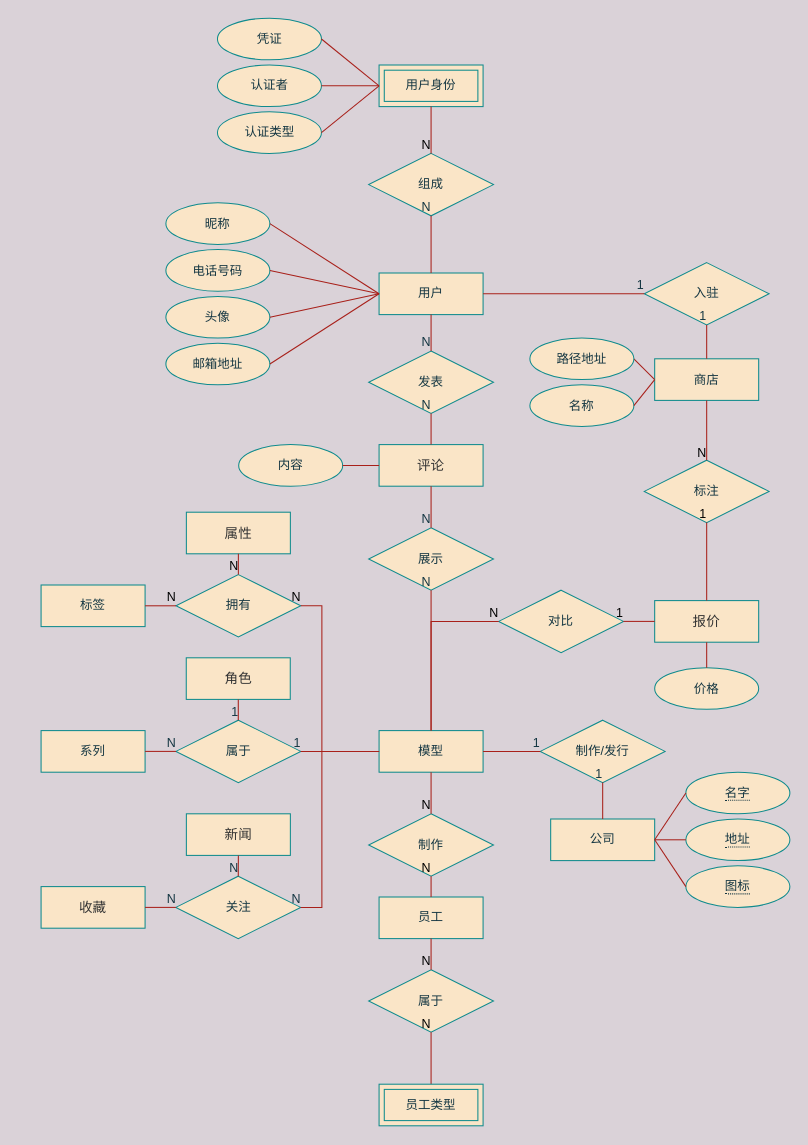
Above: Docs/FigureDB-ERDiagramSimple.drawio in Lem0nCD/FigureDB (draw.io), before the change. Source tidied: cells renumbered, new cells numbered last; positions are measured from the earlier drawing's top-left corner, leaving out a move shared by most shapes. Both pictures are drawn from the tidied source at 104%, with x=0, y=0 at pixel (41, 18).
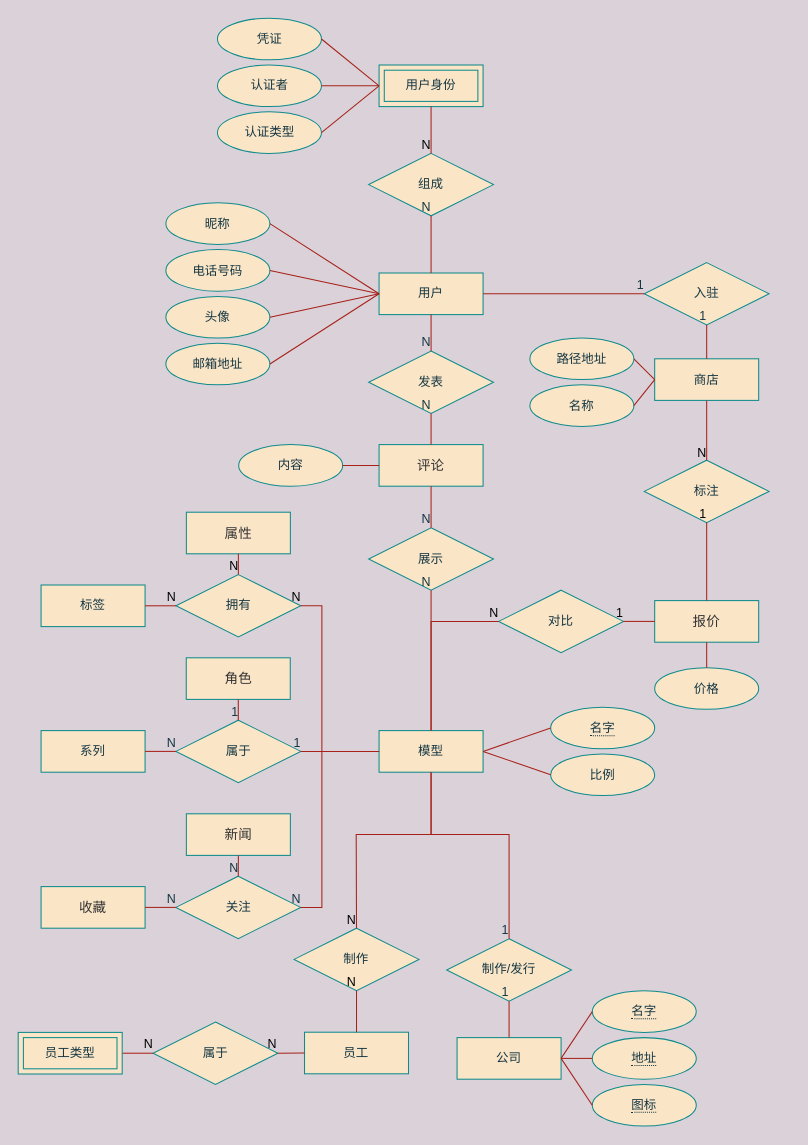
The same diagram, later.

The change refers to these unchanged cells:
```xml
<mxCell id="3" value="模型" style="whiteSpace=wrap;html=1;align=center;fillColor=#FAE5C7;strokeColor=#0F8B8D;fontColor=#143642;" parent="1" vertex="1">
  <mxGeometry x="325" y="685" width="100" height="40" as="geometry" />
</mxCell>
```

What changed in the source:
```diff
@@
     <mxCell id="5" value="公司" style="whiteSpace=wrap;html=1;align=center;glass=0;fillColor=#FAE5C7;strokeColor=#0F8B8D;fontColor=#143642;" parent="1" vertex="1">
-      <mxGeometry x="490" y="770" width="100" height="40" as="geometry" />
+      <mxGeometry x="400" y="980.2" width="100" height="40" as="geometry" />
     </mxCell>
     <mxCell id="6" value="员工" style="whiteSpace=wrap;html=1;align=center;fillColor=#FAE5C7;strokeColor=#0F8B8D;fontColor=#143642;" parent="1" vertex="1">
-      <mxGeometry x="325" y="845" width="100" height="40" as="geometry" />
+      <mxGeometry x="253.3" y="975" width="100" height="40" as="geometry" />
     </mxCell>
@@
     <mxCell id="31" value="制作/发行" style="shape=rhombus;perimeter=rhombusPerimeter;whiteSpace=wrap;html=1;align=center;glass=0;fillColor=#FAE5C7;strokeColor=#0F8B8D;fontColor=#143642;" parent="1" vertex="1">
-      <mxGeometry x="480" y="675" width="120" height="60" as="geometry" />
+      <mxGeometry x="390" y="885.2" width="120" height="60" as="geometry" />
     </mxCell>
-    <mxCell id="32" style="endArrow=none;html=1;rounded=0;exitX=1;exitY=0.5;exitDx=0;exitDy=0;entryX=0;entryY=0.5;entryDx=0;entryDy=0;labelBackgroundColor=#DAD2D8;strokeColor=#A8201A;fontColor=#143642;" parent="1" edge="1" source="3" target="31">
-      <mxGeometry relative="1" as="geometry" />
+    <mxCell id="32" style="endArrow=none;html=1;rounded=0;exitX=0.5;exitY=1;exitDx=0;exitDy=0;entryX=0.5;entryY=0;entryDx=0;entryDy=0;labelBackgroundColor=#DAD2D8;strokeColor=#A8201A;fontColor=#143642;" parent="1" edge="1" source="3" target="31">
+      <mxGeometry relative="1" as="geometry">
+        <Array as="points">
+          <mxPoint x="375" y="785" />
+          <mxPoint x="450" y="785" />
+        </Array>
+      </mxGeometry>
     </mxCell>
@@
     <mxCell id="76" value="&lt;span style=&quot;border-bottom: 1px dotted&quot;&gt;名字&lt;/span&gt;" style="ellipse;whiteSpace=wrap;html=1;align=center;rounded=0;sketch=0;strokeColor=#0F8B8D;fillColor=#FAE5C7;fontColor=#143642;" parent="1" vertex="1">
-      <mxGeometry x="620" y="725" width="100" height="40" as="geometry" />
+      <mxGeometry x="530" y="935.2" width="100" height="40" as="geometry" />
     </mxCell>
     <mxCell id="77" value="&lt;span style=&quot;border-bottom: 1px dotted&quot;&gt;地址&lt;/span&gt;" style="ellipse;whiteSpace=wrap;html=1;align=center;rounded=0;sketch=0;strokeColor=#0F8B8D;fillColor=#FAE5C7;fontColor=#143642;" parent="1" vertex="1">
-      <mxGeometry x="620" y="770" width="100" height="40" as="geometry" />
+      <mxGeometry x="530" y="980.2" width="100" height="40" as="geometry" />
     </mxCell>
     <mxCell id="78" value="&lt;span style=&quot;border-bottom: 1px dotted&quot;&gt;图标&lt;/span&gt;" style="ellipse;whiteSpace=wrap;html=1;align=center;rounded=0;sketch=0;strokeColor=#0F8B8D;fillColor=#FAE5C7;fontColor=#143642;" parent="1" vertex="1">
-      <mxGeometry x="620" y="815" width="100" height="40" as="geometry" />
+      <mxGeometry x="530" y="1025.2" width="100" height="40" as="geometry" />
     </mxCell>
@@
     <mxCell id="89" value="制作" style="shape=rhombus;perimeter=rhombusPerimeter;whiteSpace=wrap;html=1;align=center;rounded=0;sketch=0;strokeColor=#0F8B8D;fillColor=#FAE5C7;fontColor=#143642;" parent="1" vertex="1">
-      <mxGeometry x="315" y="765" width="120" height="60" as="geometry" />
+      <mxGeometry x="243.3" y="875" width="120" height="60" as="geometry" />
     </mxCell>
-    <mxCell id="90" style="endArrow=none;html=1;rounded=0;strokeColor=#A8201A;fillColor=#FAE5C7;fontColor=#143642;exitX=0.5;exitY=1;exitDx=0;exitDy=0;entryX=0.5;entryY=0;entryDx=0;entryDy=0;" parent="1" edge="1" source="3" target="89">
-      <mxGeometry relative="1" as="geometry" />
+    <mxCell id="90" style="endArrow=none;html=1;rounded=0;strokeColor=#A8201A;fillColor=#FAE5C7;fontColor=#143642;entryX=0.5;entryY=0;entryDx=0;entryDy=0;exitX=0.5;exitY=1;exitDx=0;exitDy=0;" parent="1" edge="1" source="3" target="89">
+      <mxGeometry relative="1" as="geometry">
+        <Array as="points">
+          <mxPoint x="375" y="785" />
+          <mxPoint x="303" y="785" />
+        </Array>
+      </mxGeometry>
     </mxCell>
@@
     <mxCell id="94" value="属于" style="shape=rhombus;perimeter=rhombusPerimeter;whiteSpace=wrap;html=1;align=center;rounded=0;sketch=0;strokeColor=#0F8B8D;fillColor=#FAE5C7;fontColor=#143642;" parent="1" vertex="1">
-      <mxGeometry x="315" y="915" width="120" height="60" as="geometry" />
+      <mxGeometry x="107.7" y="965.2" width="120" height="60" as="geometry" />
     </mxCell>
-    <mxCell id="95" style="endArrow=none;html=1;rounded=0;strokeColor=#A8201A;fillColor=#FAE5C7;fontColor=#143642;exitX=0.5;exitY=0;exitDx=0;exitDy=0;entryX=0.5;entryY=1;entryDx=0;entryDy=0;" parent="1" edge="1" source="99" target="94">
+    <mxCell id="95" style="endArrow=none;html=1;rounded=0;strokeColor=#A8201A;fillColor=#FAE5C7;fontColor=#143642;exitX=1;exitY=0.5;exitDx=0;exitDy=0;entryX=0;entryY=0.5;entryDx=0;entryDy=0;" parent="1" edge="1" source="99" target="94">
       <mxGeometry relative="1" as="geometry" />
     </mxCell>
@@
-    <mxCell id="97" style="endArrow=none;html=1;rounded=0;strokeColor=#A8201A;fillColor=#FAE5C7;fontColor=#143642;exitX=0.5;exitY=1;exitDx=0;exitDy=0;entryX=0.5;entryY=0;entryDx=0;entryDy=0;" parent="1" edge="1" source="6" target="94">
+    <mxCell id="97" style="endArrow=none;html=1;rounded=0;strokeColor=#A8201A;fillColor=#FAE5C7;fontColor=#143642;exitX=0;exitY=0.5;exitDx=0;exitDy=0;entryX=1;entryY=0.5;entryDx=0;entryDy=0;" parent="1" edge="1" source="6" target="94">
       <mxGeometry relative="1" as="geometry" />
     </mxCell>
@@
     <mxCell id="99" value="员工类型" style="shape=ext;margin=3;double=1;whiteSpace=wrap;html=1;align=center;rounded=0;sketch=0;strokeColor=#0F8B8D;fillColor=#FAE5C7;fontColor=#143642;" parent="1" vertex="1">
-      <mxGeometry x="325" y="1025" width="100" height="40" as="geometry" />
+      <mxGeometry x="-22" y="975.2" width="100" height="40" as="geometry" />
     </mxCell>
@@
+    <mxCell id="111" value="&lt;span style=&quot;border-bottom: 1px dotted&quot;&gt;名字&lt;/span&gt;" style="ellipse;whiteSpace=wrap;html=1;align=center;rounded=0;sketch=0;strokeColor=#0F8B8D;fillColor=#FAE5C7;fontColor=#143642;" parent="1" vertex="1">
+      <mxGeometry x="490" y="662.5" width="100" height="40" as="geometry" />
+    </mxCell>
+    <mxCell id="112" value="比例" style="ellipse;whiteSpace=wrap;html=1;align=center;rounded=0;sketch=0;strokeColor=#0F8B8D;fillColor=#FAE5C7;fontColor=#143642;" parent="1" vertex="1">
+      <mxGeometry x="490" y="707.5" width="100" height="40" as="geometry" />
+    </mxCell>
+    <mxCell id="113" style="endArrow=none;html=1;rounded=0;strokeColor=#A8201A;fillColor=#FAE5C7;fontColor=#143642;entryX=0;entryY=0.5;entryDx=0;entryDy=0;exitX=1;exitY=0.5;exitDx=0;exitDy=0;" parent="1" edge="1" source="3" target="111">
+      <mxGeometry relative="1" as="geometry" />
+    </mxCell>
+    <mxCell id="114" style="endArrow=none;html=1;rounded=0;strokeColor=#A8201A;fillColor=#FAE5C7;fontColor=#143642;entryX=0;entryY=0.5;entryDx=0;entryDy=0;exitX=1;exitY=0.5;exitDx=0;exitDy=0;" parent="1" edge="1" source="3" target="112">
+      <mxGeometry relative="1" as="geometry" />
+    </mxCell>
```
